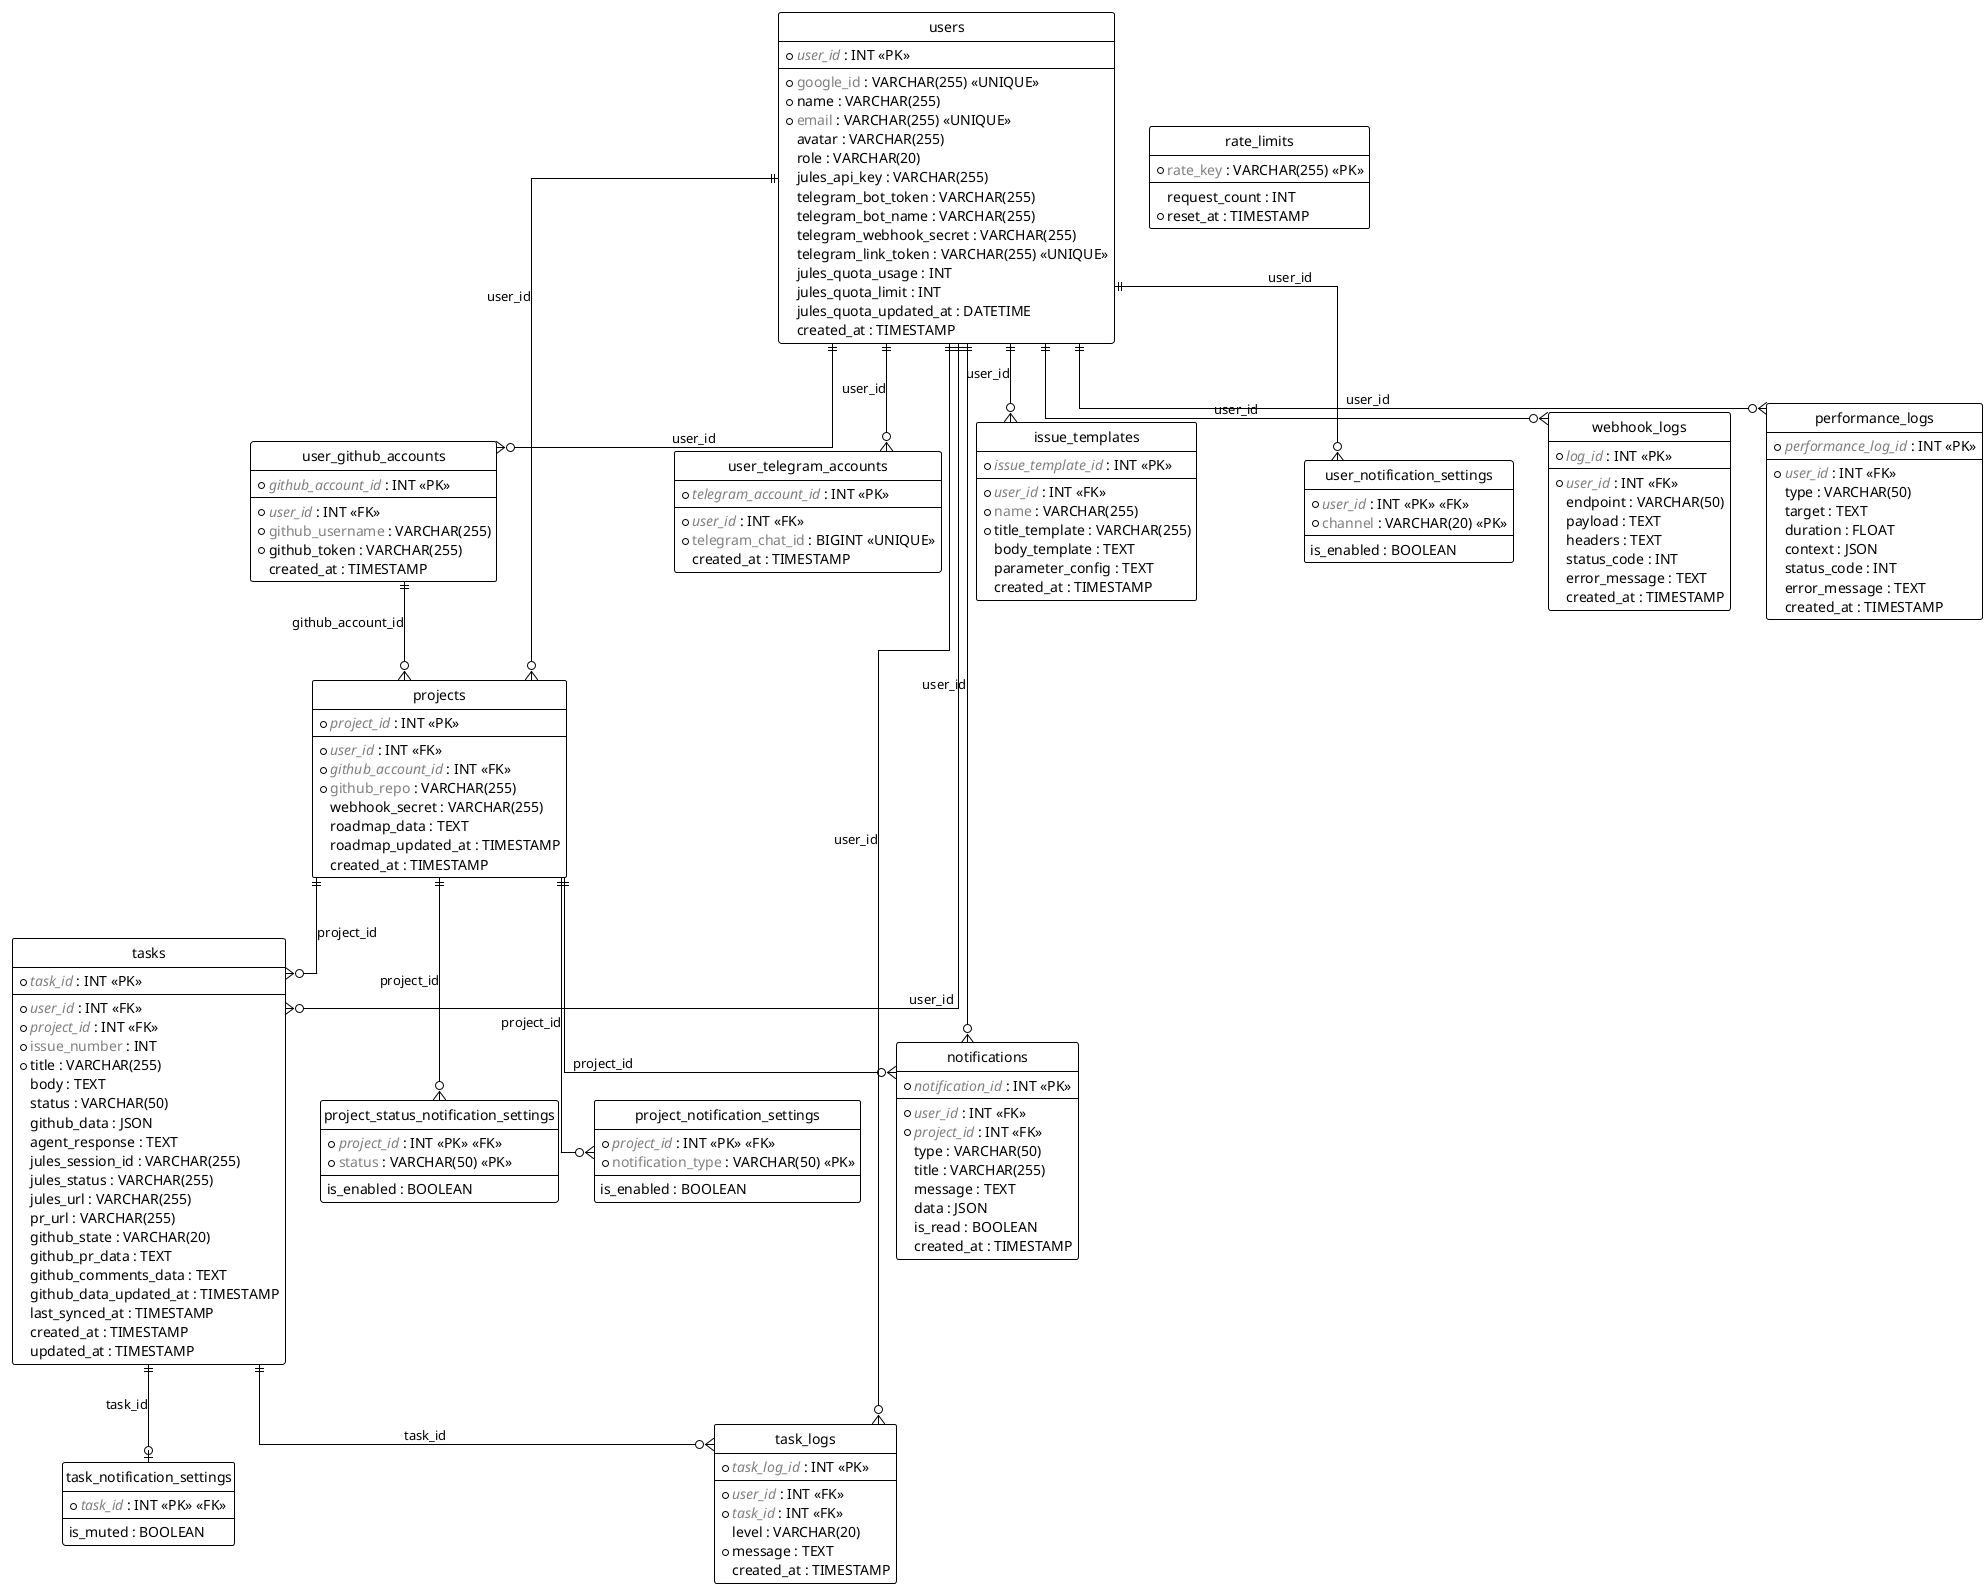
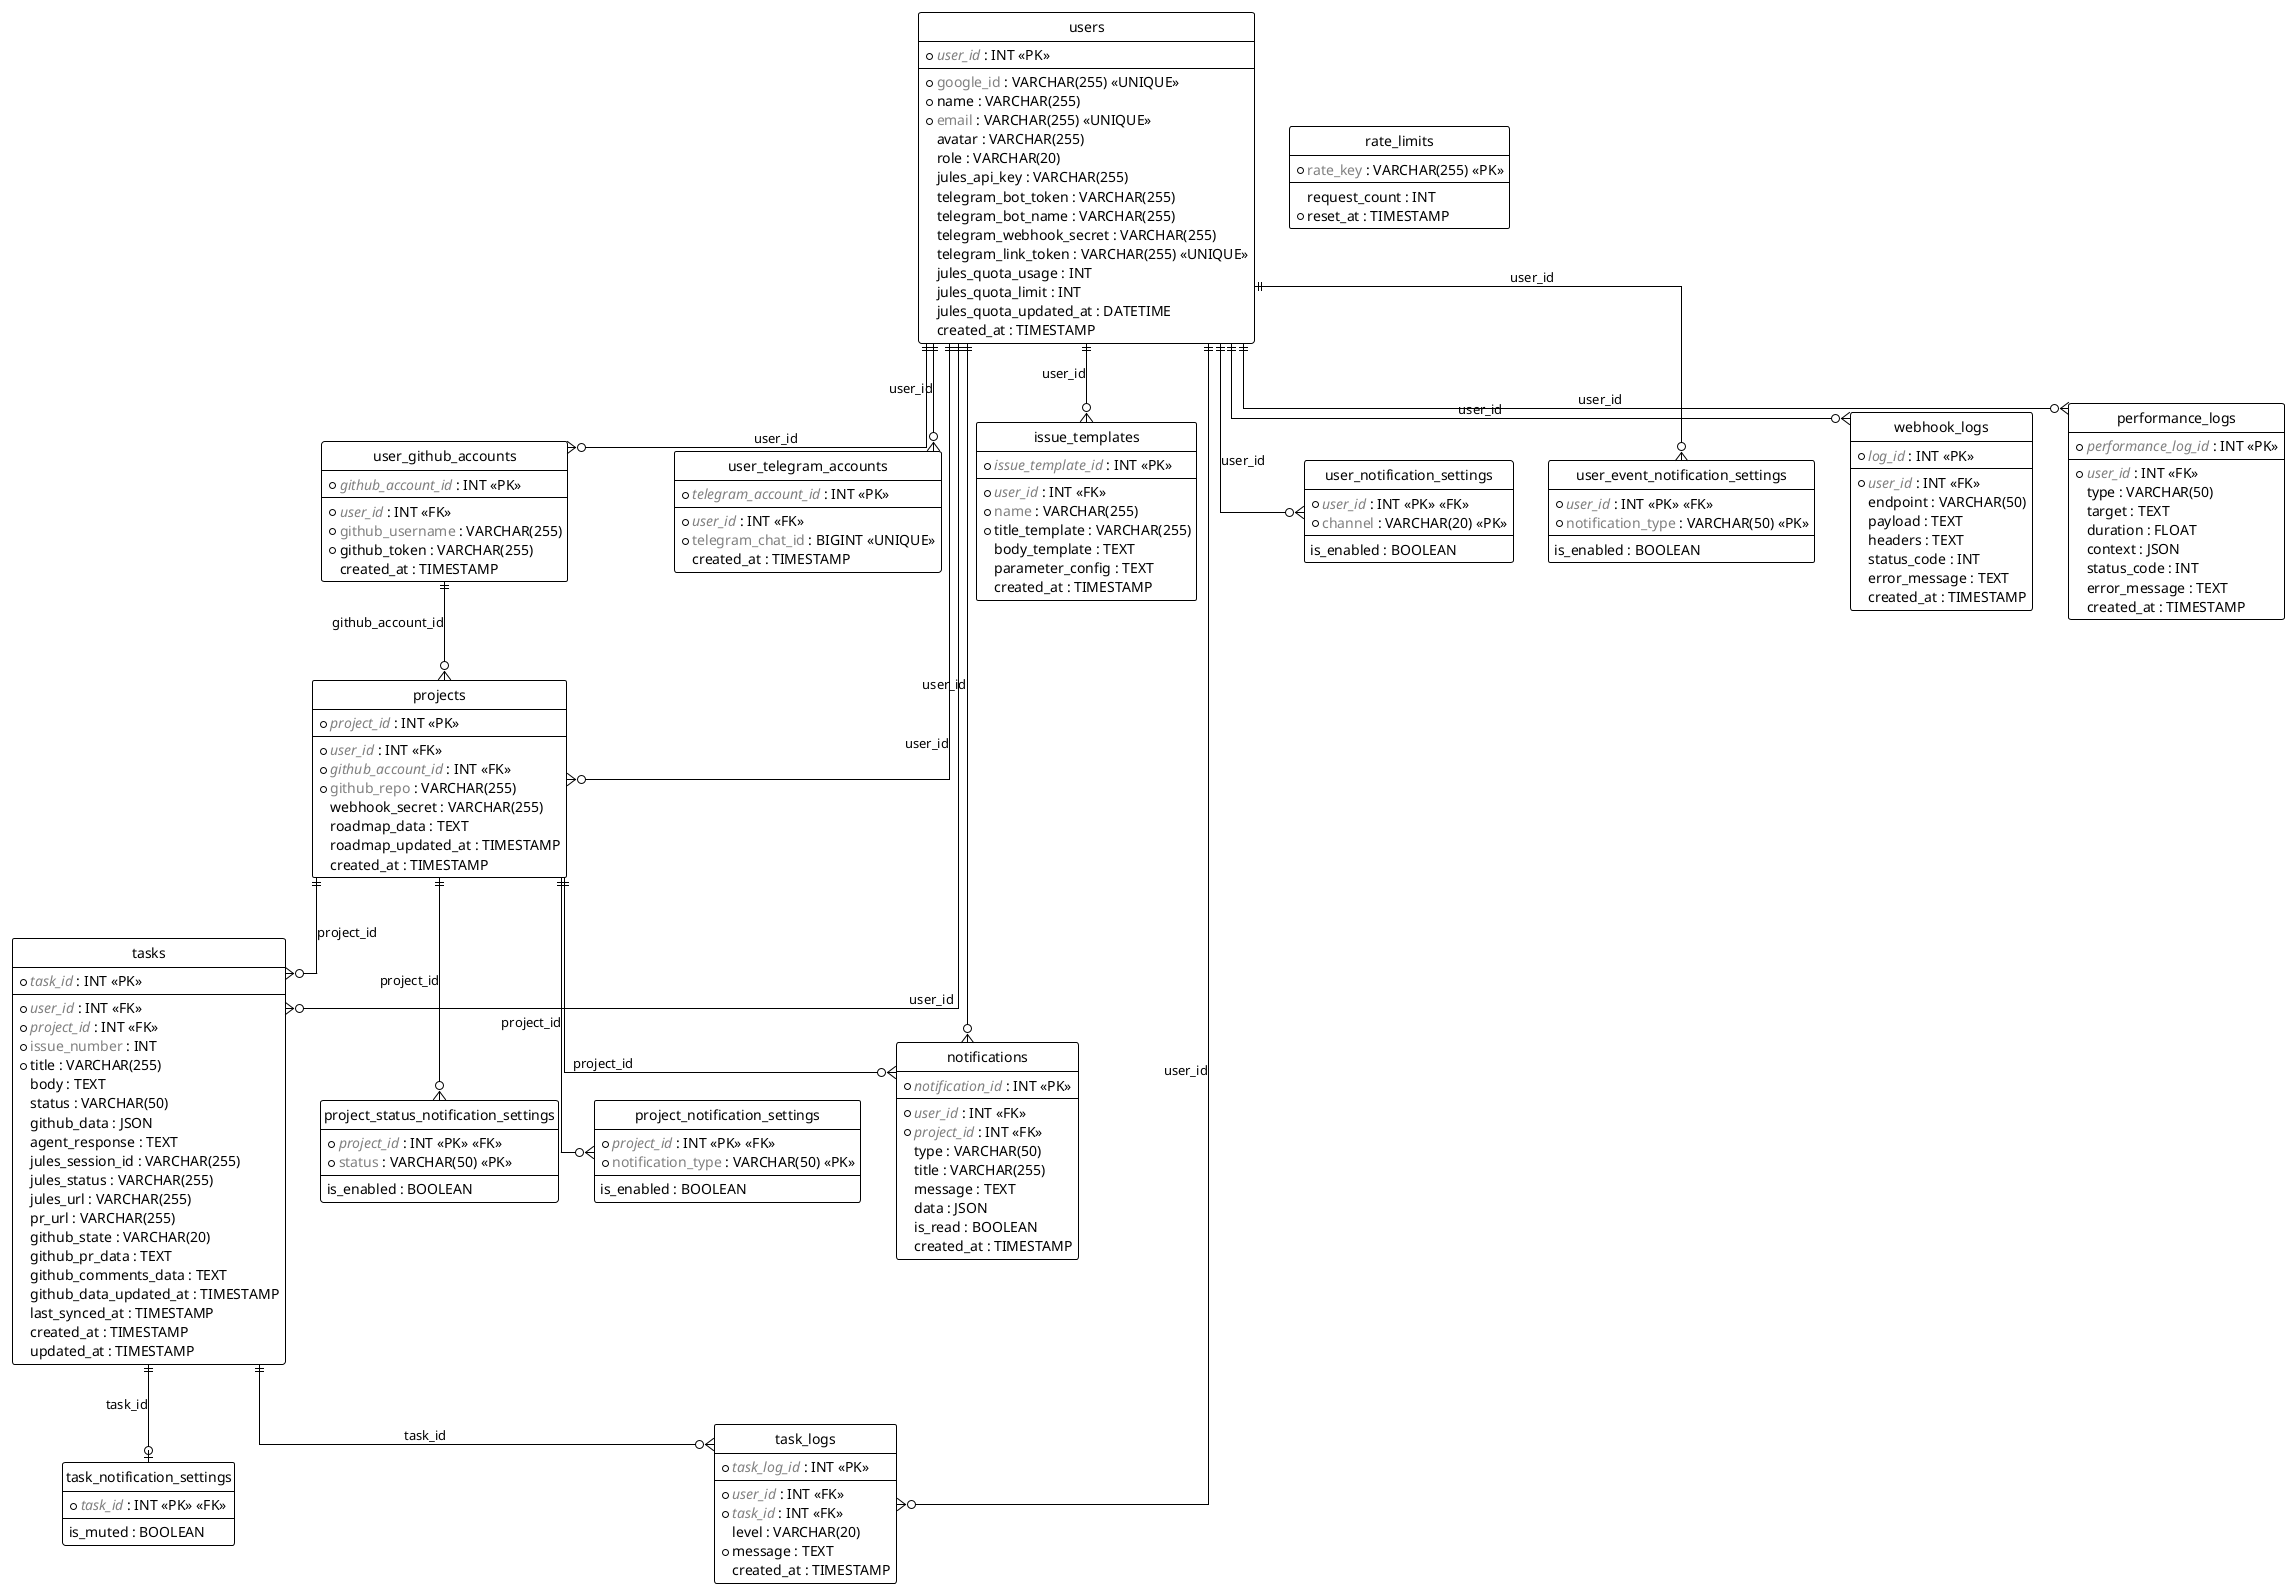
@startuml
!theme plain
hide circle
skinparam linetype ortho

entity "users" {
  * <color:grey><i>user_id</i></color> : INT <<PK>>
  --
  * <color:grey>google_id</color> : VARCHAR(255) <<UNIQUE>>
  * name : VARCHAR(255)
  * <color:grey>email</color> : VARCHAR(255) <<UNIQUE>>
  avatar : VARCHAR(255)
  role : VARCHAR(20)
  jules_api_key : VARCHAR(255)
  telegram_bot_token : VARCHAR(255)
  telegram_bot_name : VARCHAR(255)
  telegram_webhook_secret : VARCHAR(255)
  telegram_link_token : VARCHAR(255) <<UNIQUE>>
  jules_quota_usage : INT
  jules_quota_limit : INT
  jules_quota_updated_at : DATETIME
  created_at : TIMESTAMP
}

entity "user_github_accounts" {
  * <color:grey><i>github_account_id</i></color> : INT <<PK>>
  --
  * <color:grey><i>user_id</i></color> : INT <<FK>>
  * <color:grey>github_username</color> : VARCHAR(255)
  * github_token : VARCHAR(255)
  created_at : TIMESTAMP
}

entity "projects" {
  * <color:grey><i>project_id</i></color> : INT <<PK>>
  --
  * <color:grey><i>user_id</i></color> : INT <<FK>>
  * <color:grey><i>github_account_id</i></color> : INT <<FK>>
  * <color:grey>github_repo</color> : VARCHAR(255)
  webhook_secret : VARCHAR(255)
  roadmap_data : TEXT
  roadmap_updated_at : TIMESTAMP
  created_at : TIMESTAMP
}

entity "tasks" {
  * <color:grey><i>task_id</i></color> : INT <<PK>>
  --
  * <color:grey><i>user_id</i></color> : INT <<FK>>
  * <color:grey><i>project_id</i></color> : INT <<FK>>
  * <color:grey>issue_number</color> : INT
  * title : VARCHAR(255)
  body : TEXT
  status : VARCHAR(50)
  github_data : JSON
  agent_response : TEXT
  jules_session_id : VARCHAR(255)
  jules_status : VARCHAR(255)
  jules_url : VARCHAR(255)
  pr_url : VARCHAR(255)
  github_state : VARCHAR(20)
  github_pr_data : TEXT
  github_comments_data : TEXT
  github_data_updated_at : TIMESTAMP
  last_synced_at : TIMESTAMP
  created_at : TIMESTAMP
  updated_at : TIMESTAMP
}

entity "task_logs" {
  * <color:grey><i>task_log_id</i></color> : INT <<PK>>
  --
  * <color:grey><i>user_id</i></color> : INT <<FK>>
  * <color:grey><i>task_id</i></color> : INT <<FK>>
  level : VARCHAR(20)
  * message : TEXT
  created_at : TIMESTAMP
}

entity "rate_limits" {
  * <color:grey>rate_key</color> : VARCHAR(255) <<PK>>
  --
  request_count : INT
  * reset_at : TIMESTAMP
}

entity "user_telegram_accounts" {
  * <color:grey><i>telegram_account_id</i></color> : INT <<PK>>
  --
  * <color:grey><i>user_id</i></color> : INT <<FK>>
  * <color:grey>telegram_chat_id</color> : BIGINT <<UNIQUE>>
  created_at : TIMESTAMP
}

entity "issue_templates" {
  * <color:grey><i>issue_template_id</i></color> : INT <<PK>>
  --
  * <color:grey><i>user_id</i></color> : INT <<FK>>
  * <color:grey>name</color> : VARCHAR(255)
  * title_template : VARCHAR(255)
  body_template : TEXT
  parameter_config : TEXT
  created_at : TIMESTAMP
}

entity "notifications" {
  * <color:grey><i>notification_id</i></color> : INT <<PK>>
  --
  * <color:grey><i>user_id</i></color> : INT <<FK>>
  * <color:grey><i>project_id</i></color> : INT <<FK>>
  type : VARCHAR(50)
  title : VARCHAR(255)
  message : TEXT
  data : JSON
  is_read : BOOLEAN
  created_at : TIMESTAMP
}

entity "user_notification_settings" {
  * <color:grey><i>user_id</i></color> : INT <<PK>> <<FK>>
  * <color:grey>channel</color> : VARCHAR(20) <<PK>>
  --
  is_enabled : BOOLEAN
}

+ entity "user_event_notification_settings" {
+   * <color:grey><i>user_id</i></color> : INT <<PK>> <<FK>>
+   * <color:grey>notification_type</color> : VARCHAR(50) <<PK>>
+   --
+   is_enabled : BOOLEAN
+ }
+ 
entity "project_notification_settings" {
  * <color:grey><i>project_id</i></color> : INT <<PK>> <<FK>>
  * <color:grey>notification_type</color> : VARCHAR(50) <<PK>>
  --
  is_enabled : BOOLEAN
}

entity "task_notification_settings" {
  * <color:grey><i>task_id</i></color> : INT <<PK>> <<FK>>
  --
  is_muted : BOOLEAN
}

entity "project_status_notification_settings" {
  * <color:grey><i>project_id</i></color> : INT <<PK>> <<FK>>
  * <color:grey>status</color> : VARCHAR(50) <<PK>>
  --
  is_enabled : BOOLEAN
}

entity "webhook_logs" {
  * <color:grey><i>log_id</i></color> : INT <<PK>>
  --
  * <color:grey><i>user_id</i></color> : INT <<FK>>
  endpoint : VARCHAR(50)
  payload : TEXT
  headers : TEXT
  status_code : INT
  error_message : TEXT
  created_at : TIMESTAMP
}

entity "performance_logs" {
  * <color:grey><i>performance_log_id</i></color> : INT <<PK>>
  --
  * <color:grey><i>user_id</i></color> : INT <<FK>>
  type : VARCHAR(50)
  target : TEXT
  duration : FLOAT
  context : JSON
  status_code : INT
  error_message : TEXT
  created_at : TIMESTAMP
}

users ||--o{ user_github_accounts : "user_id"
users ||--o{ projects : "user_id"
users ||--o{ tasks : "user_id"
users ||--o{ task_logs : "user_id"
users ||--o{ user_telegram_accounts : "user_id"
users ||--o{ issue_templates : "user_id"
users ||--o{ notifications : "user_id"
users ||--o{ user_notification_settings : "user_id"
+ users ||--o{ user_event_notification_settings : "user_id"
users ||--o{ webhook_logs : "user_id"
users ||--o{ performance_logs : "user_id"
user_github_accounts ||--o{ projects : "github_account_id"
projects ||--o{ tasks : "project_id"
projects ||--o{ notifications : "project_id"
projects ||--o{ project_notification_settings : "project_id"
projects ||--o{ project_status_notification_settings : "project_id"
tasks ||--o{ task_logs : "task_id"
tasks ||--o| task_notification_settings : "task_id"

@enduml
